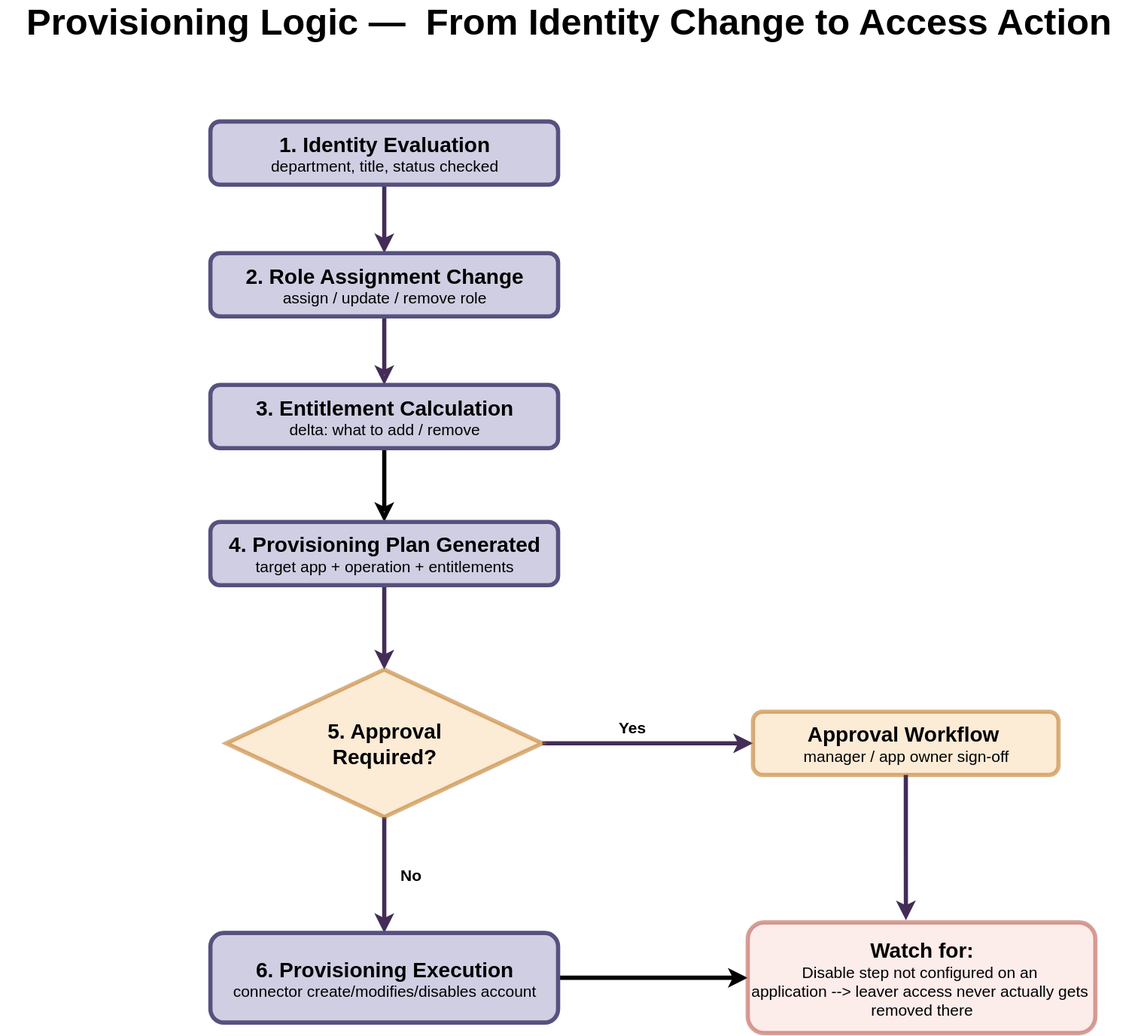
iamkhyat/SailPoint-IAM-Portfolio keeps this draw.io diagram as Diagram/provisioning-logic.svg. Above is the earlier version. Source tidied: cells renumbered, new cells last; positions are measured from the earlier drawing's top-left corner, leaving out a move shared by most shapes. Its diagram source:
```xml
<mxGraphModel>
  <root>
    <mxCell id="0" />
    <mxCell id="1" parent="0" />
    <mxCell id="2" style="edgeStyle=orthogonalEdgeStyle;rounded=0;jettySize=auto;html=1;labelBackgroundColor=none;fontColor=default;fillColor=#d0cee2;strokeColor=light-dark(#432D57,#CC99FF);strokeWidth=4;" parent="1" edge="1" source="3" target="5">
      <mxGeometry relative="1" as="geometry" />
    </mxCell>
    <mxCell id="3" value="&lt;b&gt;&lt;font style=&quot;font-size: 20px;&quot;&gt;1. Identity Evaluation&lt;/font&gt;&lt;/b&gt;&lt;div&gt;&lt;font style=&quot;font-size: 15px;&quot;&gt;department, title, status checked&lt;/font&gt;&lt;/div&gt;" style="rounded=1;whiteSpace=wrap;html=1;labelBackgroundColor=none;fillColor=#d0cee2;strokeColor=#56517e;strokeWidth=4;" parent="1" vertex="1">
      <mxGeometry x="200" y="110" width="330" height="60" as="geometry" />
    </mxCell>
    <mxCell id="4" style="edgeStyle=orthogonalEdgeStyle;rounded=0;jettySize=auto;html=1;endArrow=classic;endFill=0;strokeWidth=4;strokeColor=light-dark(#432D57,#CC99FF);" parent="1" edge="1" source="5" target="7">
      <mxGeometry relative="1" as="geometry" />
    </mxCell>
    <mxCell id="5" value="&lt;font style=&quot;font-size: 20px;&quot;&gt;&lt;b&gt;2. Role Assignment Change&lt;/b&gt;&lt;/font&gt;&lt;div&gt;&lt;font style=&quot;font-size: 15px;&quot;&gt;assign / update / remove role&lt;/font&gt;&lt;/div&gt;" style="rounded=1;whiteSpace=wrap;html=1;labelBackgroundColor=none;fillColor=#d0cee2;strokeColor=#56517e;strokeWidth=4;" parent="1" vertex="1">
      <mxGeometry x="200" y="235" width="330" height="60" as="geometry" />
    </mxCell>
    <mxCell id="6" style="edgeStyle=orthogonalEdgeStyle;rounded=0;jettySize=auto;html=1;endArrow=classic;endFill=0;strokeWidth=4;" parent="1" edge="1" source="7" target="9">
      <mxGeometry relative="1" as="geometry" />
    </mxCell>
    <mxCell id="7" value="&lt;b&gt;&lt;font style=&quot;font-size: 20px;&quot;&gt;3. Entitlement Calculation&lt;/font&gt;&lt;/b&gt;&lt;div&gt;&lt;font style=&quot;font-size: 15px;&quot;&gt;delta: what to add / remove&lt;/font&gt;&lt;/div&gt;" style="rounded=1;whiteSpace=wrap;html=1;labelBackgroundColor=none;fillColor=#d0cee2;strokeColor=#56517e;strokeWidth=4;" parent="1" vertex="1">
      <mxGeometry x="200" y="360" width="330" height="60" as="geometry" />
    </mxCell>
    <mxCell id="8" style="edgeStyle=orthogonalEdgeStyle;rounded=0;jettySize=auto;html=1;strokeWidth=4;strokeColor=light-dark(#432D57,#CC99FF);" parent="1" edge="1" source="9" target="12">
      <mxGeometry relative="1" as="geometry" />
    </mxCell>
    <mxCell id="9" value="&lt;b&gt;&lt;font style=&quot;font-size: 20px;&quot;&gt;4. Provisioning Plan Generated&lt;/font&gt;&lt;/b&gt;&lt;div&gt;&lt;font style=&quot;font-size: 15px;&quot;&gt;target app + operation + entitlements&lt;/font&gt;&lt;/div&gt;" style="rounded=1;whiteSpace=wrap;html=1;labelBackgroundColor=none;fillColor=#d0cee2;strokeColor=#56517e;strokeWidth=4;" parent="1" vertex="1">
      <mxGeometry x="200" y="490" width="330" height="60" as="geometry" />
    </mxCell>
    <mxCell id="10" style="edgeStyle=orthogonalEdgeStyle;rounded=0;jettySize=auto;html=1;exitX=1;exitY=0.5;exitDx=0;exitDy=0;entryX=0;entryY=0.5;entryDx=0;entryDy=0;strokeWidth=4;strokeColor=light-dark(#432D57,#CC99FF);" parent="1" edge="1" source="12" target="13">
      <mxGeometry relative="1" as="geometry" />
    </mxCell>
    <mxCell id="11" style="edgeStyle=orthogonalEdgeStyle;rounded=0;jettySize=auto;html=1;strokeColor=light-dark(#432D57,#CC99FF);strokeWidth=4;" parent="1" edge="1" source="12" target="15">
      <mxGeometry relative="1" as="geometry" />
    </mxCell>
    <mxCell id="12" value="&lt;div&gt;&lt;br&gt;&lt;/div&gt;&lt;div&gt;&lt;br&gt;&lt;/div&gt;&lt;div&gt;&lt;br&gt;&lt;/div&gt;&lt;div&gt;&lt;b style=&quot;background-color: transparent; color: light-dark(rgb(0, 0, 0), rgb(255, 255, 255));&quot;&gt;&lt;font style=&quot;font-size: 20px;&quot;&gt;5. Approval Required?&lt;/font&gt;&lt;/b&gt;&lt;/div&gt;" style="rhombus;whiteSpace=wrap;html=1;shapeInside=1;labelBackgroundColor=none;fillColor=#fad7ac;strokeColor=#b46504;strokeWidth=4;opacity=50;" parent="1" vertex="1">
      <mxGeometry x="215" y="630" width="300" height="140" as="geometry" />
    </mxCell>
    <mxCell id="13" value="&lt;b&gt;&lt;font style=&quot;font-size: 20px;&quot;&gt;Approval Workflow&amp;nbsp;&lt;/font&gt;&lt;/b&gt;&lt;div&gt;&lt;font style=&quot;font-size: 15px;&quot;&gt;manager / app owner sign-off&lt;/font&gt;&lt;/div&gt;" style="rounded=1;whiteSpace=wrap;html=1;labelBackgroundColor=none;fillColor=light-dark(#FAD7AC,#FFCC99);strokeColor=#b46504;strokeWidth=4;opacity=50;" parent="1" vertex="1">
      <mxGeometry x="715" y="670" width="290" height="60" as="geometry" />
    </mxCell>
    <mxCell id="14" style="edgeStyle=orthogonalEdgeStyle;rounded=0;jettySize=auto;html=1;strokeWidth=4;" parent="1" edge="1" source="15">
      <mxGeometry relative="1" as="geometry">
        <mxPoint x="710" y="922.5" as="targetPoint" />
      </mxGeometry>
    </mxCell>
    <mxCell id="15" value="&lt;font style=&quot;font-size: 20px;&quot;&gt;&lt;b&gt;6. Provisioning Execution&lt;/b&gt;&lt;/font&gt;&lt;div&gt;&lt;font style=&quot;font-size: 15px;&quot;&gt;connector create/modifies/disables account&lt;/font&gt;&lt;/div&gt;" style="rounded=1;whiteSpace=wrap;html=1;labelBackgroundColor=none;fillColor=#d0cee2;strokeColor=#56517e;strokeWidth=4;" parent="1" vertex="1">
      <mxGeometry x="200" y="880" width="330" height="85" as="geometry" />
    </mxCell>
    <mxCell id="16" value="&lt;b&gt;&lt;font style=&quot;font-size: 20px;&quot;&gt;Watch for:&lt;/font&gt;&lt;/b&gt;&lt;div&gt;&lt;font style=&quot;font-size: 15px;&quot;&gt;Disable step not configured on an&amp;nbsp;&lt;/font&gt;&lt;/div&gt;&lt;div&gt;&lt;font style=&quot;font-size: 15px;&quot;&gt;application --&amp;gt; leaver access never actually gets&amp;nbsp;&lt;/font&gt;&lt;/div&gt;&lt;div&gt;&lt;font style=&quot;font-size: 15px;&quot;&gt;removed there&lt;/font&gt;&lt;/div&gt;" style="rounded=1;whiteSpace=wrap;html=1;labelBackgroundColor=none;fillColor=#fad9d5;strokeColor=#ae4132;strokeWidth=4;opacity=50;" parent="1" vertex="1">
      <mxGeometry x="710" y="870" width="330" height="105" as="geometry" />
    </mxCell>
    <mxCell id="17" value="&lt;b&gt;&lt;font style=&quot;font-size: 35px;&quot;&gt;Provisioning Logic —&amp;nbsp; From Identity Change to Access Action&lt;/font&gt;&lt;/b&gt;" style="text;html=1;whiteSpace=wrap;strokeColor=none;fillColor=none;align=center;verticalAlign=middle;rounded=0;" parent="1" vertex="1">
      <mxGeometry width="1080" height="30" as="geometry" />
    </mxCell>
    <mxCell id="18" value="&lt;b&gt;&lt;font style=&quot;font-size: 15px;&quot;&gt;Yes&lt;/font&gt;&lt;/b&gt;" style="text;html=1;whiteSpace=wrap;strokeColor=none;fillColor=none;align=center;verticalAlign=middle;rounded=0;" parent="1" vertex="1">
      <mxGeometry x="570" y="670" width="60" height="30" as="geometry" />
    </mxCell>
    <mxCell id="19" value="&lt;b&gt;&lt;font style=&quot;font-size: 15px;&quot;&gt;No&lt;/font&gt;&lt;/b&gt;" style="text;html=1;whiteSpace=wrap;strokeColor=none;fillColor=none;align=center;verticalAlign=middle;rounded=0;" parent="1" vertex="1">
      <mxGeometry x="360" y="810" width="60" height="30" as="geometry" />
    </mxCell>
    <mxCell id="20" style="edgeStyle=orthogonalEdgeStyle;rounded=0;jettySize=auto;html=1;entryX=0.455;entryY=-0.019;entryDx=0;entryDy=0;entryPerimeter=0;strokeWidth=4;strokeColor=light-dark(#432D57,#CC99FF);" parent="1" edge="1" source="13" target="16">
      <mxGeometry relative="1" as="geometry" />
    </mxCell>
  </root>
</mxGraphModel>
```
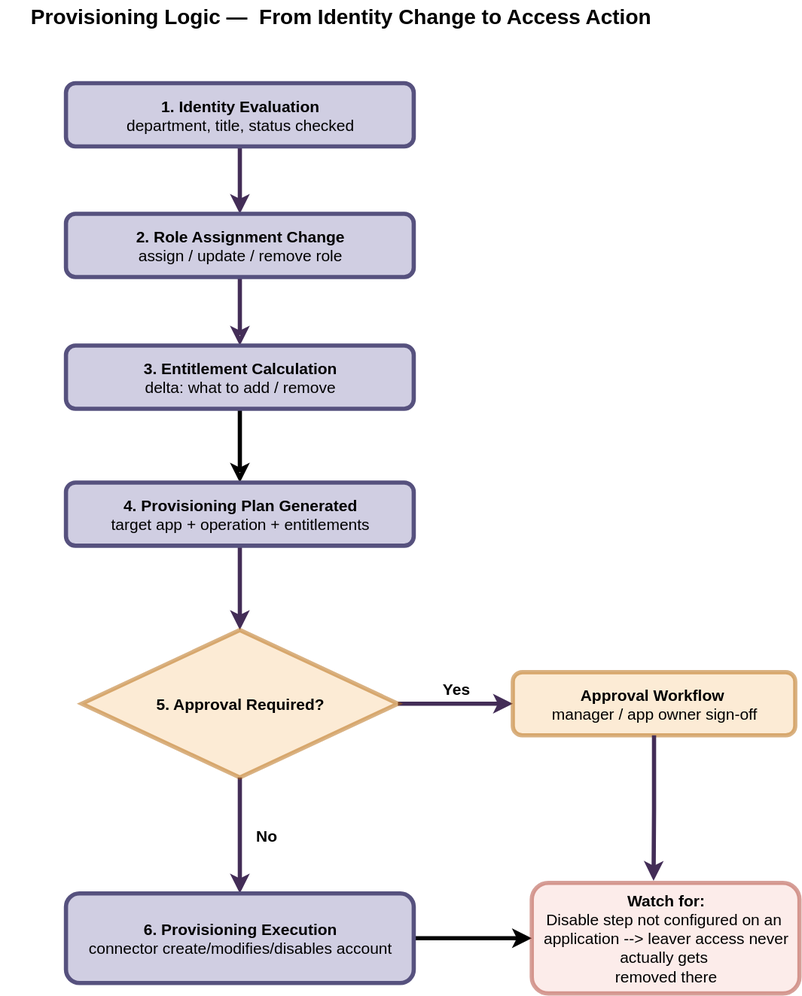
After the change.

Commit message:
Provisioning-logic diagram updated

Diff of the diagram source:
```diff
@@ -5,25 +5,25 @@
     <mxCell id="2" style="edgeStyle=orthogonalEdgeStyle;rounded=0;jettySize=auto;html=1;labelBackgroundColor=none;fontColor=default;fillColor=#d0cee2;strokeColor=light-dark(#432D57,#CC99FF);strokeWidth=4;" parent="1" edge="1" source="3" target="5">
       <mxGeometry relative="1" as="geometry" />
     </mxCell>
-    <mxCell id="3" value="&lt;b&gt;&lt;font style=&quot;font-size: 20px;&quot;&gt;1. Identity Evaluation&lt;/font&gt;&lt;/b&gt;&lt;div&gt;&lt;font style=&quot;font-size: 15px;&quot;&gt;department, title, status checked&lt;/font&gt;&lt;/div&gt;" style="rounded=1;whiteSpace=wrap;html=1;labelBackgroundColor=none;fillColor=#d0cee2;strokeColor=#56517e;strokeWidth=4;" parent="1" vertex="1">
-      <mxGeometry x="200" y="110" width="330" height="60" as="geometry" />
+    <mxCell id="3" value="&lt;b&gt;&lt;font style=&quot;font-size: 15px;&quot;&gt;1. Identity Evaluation&lt;/font&gt;&lt;/b&gt;&lt;div&gt;&lt;font style=&quot;font-size: 15px;&quot;&gt;department, title, status checked&lt;/font&gt;&lt;/div&gt;" style="rounded=1;whiteSpace=wrap;html=1;labelBackgroundColor=none;fillColor=#d0cee2;strokeColor=#56517e;strokeWidth=4;" parent="1" vertex="1">
+      <mxGeometry x="200" y="111" width="330" height="60" as="geometry" />
     </mxCell>
     <mxCell id="4" style="edgeStyle=orthogonalEdgeStyle;rounded=0;jettySize=auto;html=1;endArrow=classic;endFill=0;strokeWidth=4;strokeColor=light-dark(#432D57,#CC99FF);" parent="1" edge="1" source="5" target="7">
       <mxGeometry relative="1" as="geometry" />
     </mxCell>
-    <mxCell id="5" value="&lt;font style=&quot;font-size: 20px;&quot;&gt;&lt;b&gt;2. Role Assignment Change&lt;/b&gt;&lt;/font&gt;&lt;div&gt;&lt;font style=&quot;font-size: 15px;&quot;&gt;assign / update / remove role&lt;/font&gt;&lt;/div&gt;" style="rounded=1;whiteSpace=wrap;html=1;labelBackgroundColor=none;fillColor=#d0cee2;strokeColor=#56517e;strokeWidth=4;" parent="1" vertex="1">
+    <mxCell id="5" value="&lt;font style=&quot;font-size: 15px;&quot;&gt;&lt;b style=&quot;&quot;&gt;2. Role Assignment Change&lt;/b&gt;&lt;/font&gt;&lt;div&gt;&lt;font style=&quot;font-size: 15px;&quot;&gt;assign / update / remove role&lt;/font&gt;&lt;/div&gt;" style="rounded=1;whiteSpace=wrap;html=1;labelBackgroundColor=none;fillColor=#d0cee2;strokeColor=#56517e;strokeWidth=4;" parent="1" vertex="1">
       <mxGeometry x="200" y="235" width="330" height="60" as="geometry" />
     </mxCell>
     <mxCell id="6" style="edgeStyle=orthogonalEdgeStyle;rounded=0;jettySize=auto;html=1;endArrow=classic;endFill=0;strokeWidth=4;" parent="1" edge="1" source="7" target="9">
       <mxGeometry relative="1" as="geometry" />
     </mxCell>
-    <mxCell id="7" value="&lt;b&gt;&lt;font style=&quot;font-size: 20px;&quot;&gt;3. Entitlement Calculation&lt;/font&gt;&lt;/b&gt;&lt;div&gt;&lt;font style=&quot;font-size: 15px;&quot;&gt;delta: what to add / remove&lt;/font&gt;&lt;/div&gt;" style="rounded=1;whiteSpace=wrap;html=1;labelBackgroundColor=none;fillColor=#d0cee2;strokeColor=#56517e;strokeWidth=4;" parent="1" vertex="1">
+    <mxCell id="7" value="&lt;b&gt;&lt;font style=&quot;font-size: 15px;&quot;&gt;3. Entitlement Calculation&lt;/font&gt;&lt;/b&gt;&lt;div&gt;&lt;font style=&quot;font-size: 15px;&quot;&gt;delta: what to add / remove&lt;/font&gt;&lt;/div&gt;" style="rounded=1;whiteSpace=wrap;html=1;labelBackgroundColor=none;fillColor=#d0cee2;strokeColor=#56517e;strokeWidth=4;" parent="1" vertex="1">
       <mxGeometry x="200" y="360" width="330" height="60" as="geometry" />
     </mxCell>
     <mxCell id="8" style="edgeStyle=orthogonalEdgeStyle;rounded=0;jettySize=auto;html=1;strokeWidth=4;strokeColor=light-dark(#432D57,#CC99FF);" parent="1" edge="1" source="9" target="12">
       <mxGeometry relative="1" as="geometry" />
     </mxCell>
-    <mxCell id="9" value="&lt;b&gt;&lt;font style=&quot;font-size: 20px;&quot;&gt;4. Provisioning Plan Generated&lt;/font&gt;&lt;/b&gt;&lt;div&gt;&lt;font style=&quot;font-size: 15px;&quot;&gt;target app + operation + entitlements&lt;/font&gt;&lt;/div&gt;" style="rounded=1;whiteSpace=wrap;html=1;labelBackgroundColor=none;fillColor=#d0cee2;strokeColor=#56517e;strokeWidth=4;" parent="1" vertex="1">
+    <mxCell id="9" value="&lt;b&gt;&lt;font style=&quot;font-size: 15px;&quot;&gt;4. Provisioning Plan Generated&lt;/font&gt;&lt;/b&gt;&lt;div&gt;&lt;font style=&quot;font-size: 15px;&quot;&gt;target app + operation + entitlements&lt;/font&gt;&lt;/div&gt;" style="rounded=1;whiteSpace=wrap;html=1;labelBackgroundColor=none;fillColor=#d0cee2;strokeColor=#56517e;strokeWidth=4;" parent="1" vertex="1">
       <mxGeometry x="200" y="490" width="330" height="60" as="geometry" />
     </mxCell>
     <mxCell id="10" style="edgeStyle=orthogonalEdgeStyle;rounded=0;jettySize=auto;html=1;exitX=1;exitY=0.5;exitDx=0;exitDy=0;entryX=0;entryY=0.5;entryDx=0;entryDy=0;strokeWidth=4;strokeColor=light-dark(#432D57,#CC99FF);" parent="1" edge="1" source="12" target="13">
@@ -32,28 +32,26 @@
     <mxCell id="11" style="edgeStyle=orthogonalEdgeStyle;rounded=0;jettySize=auto;html=1;strokeColor=light-dark(#432D57,#CC99FF);strokeWidth=4;" parent="1" edge="1" source="12" target="15">
       <mxGeometry relative="1" as="geometry" />
     </mxCell>
-    <mxCell id="12" value="&lt;div&gt;&lt;br&gt;&lt;/div&gt;&lt;div&gt;&lt;br&gt;&lt;/div&gt;&lt;div&gt;&lt;br&gt;&lt;/div&gt;&lt;div&gt;&lt;b style=&quot;background-color: transparent; color: light-dark(rgb(0, 0, 0), rgb(255, 255, 255));&quot;&gt;&lt;font style=&quot;font-size: 20px;&quot;&gt;5. Approval Required?&lt;/font&gt;&lt;/b&gt;&lt;/div&gt;" style="rhombus;whiteSpace=wrap;html=1;shapeInside=1;labelBackgroundColor=none;fillColor=#fad7ac;strokeColor=#b46504;strokeWidth=4;opacity=50;" parent="1" vertex="1">
+    <mxCell id="12" value="&lt;b&gt;&lt;font style=&quot;font-size: 15px;&quot;&gt;5. Approval Required?&lt;/font&gt;&lt;/b&gt;" style="rhombus;whiteSpace=wrap;html=1;shapeInside=1;labelBackgroundColor=none;fillColor=#fad7ac;strokeColor=#b46504;strokeWidth=4;opacity=50;" parent="1" vertex="1">
       <mxGeometry x="215" y="630" width="300" height="140" as="geometry" />
     </mxCell>
-    <mxCell id="13" value="&lt;b&gt;&lt;font style=&quot;font-size: 20px;&quot;&gt;Approval Workflow&amp;nbsp;&lt;/font&gt;&lt;/b&gt;&lt;div&gt;&lt;font style=&quot;font-size: 15px;&quot;&gt;manager / app owner sign-off&lt;/font&gt;&lt;/div&gt;" style="rounded=1;whiteSpace=wrap;html=1;labelBackgroundColor=none;fillColor=light-dark(#FAD7AC,#FFCC99);strokeColor=#b46504;strokeWidth=4;opacity=50;" parent="1" vertex="1">
-      <mxGeometry x="715" y="670" width="290" height="60" as="geometry" />
+    <mxCell id="13" value="&lt;b&gt;&lt;font style=&quot;font-size: 15px;&quot;&gt;Approval Workflow&amp;nbsp;&lt;/font&gt;&lt;/b&gt;&lt;div&gt;&lt;font style=&quot;font-size: 15px;&quot;&gt;manager / app owner sign-off&lt;/font&gt;&lt;/div&gt;" style="rounded=1;whiteSpace=wrap;html=1;labelBackgroundColor=none;fillColor=light-dark(#FAD7AC,#FFCC99);strokeColor=#b46504;strokeWidth=4;opacity=50;" parent="1" vertex="1">
+      <mxGeometry x="624" y="670" width="268" height="60" as="geometry" />
     </mxCell>
-    <mxCell id="14" style="edgeStyle=orthogonalEdgeStyle;rounded=0;jettySize=auto;html=1;strokeWidth=4;" parent="1" edge="1" source="15">
-      <mxGeometry relative="1" as="geometry">
-        <mxPoint x="710" y="922.5" as="targetPoint" />
-      </mxGeometry>
+    <mxCell id="14" style="edgeStyle=orthogonalEdgeStyle;rounded=0;jettySize=auto;html=1;strokeWidth=4;entryX=0;entryY=0.5;entryDx=0;entryDy=0;" parent="1" edge="1" source="15" target="16">
+      <mxGeometry relative="1" as="geometry" />
     </mxCell>
-    <mxCell id="15" value="&lt;font style=&quot;font-size: 20px;&quot;&gt;&lt;b&gt;6. Provisioning Execution&lt;/b&gt;&lt;/font&gt;&lt;div&gt;&lt;font style=&quot;font-size: 15px;&quot;&gt;connector create/modifies/disables account&lt;/font&gt;&lt;/div&gt;" style="rounded=1;whiteSpace=wrap;html=1;labelBackgroundColor=none;fillColor=#d0cee2;strokeColor=#56517e;strokeWidth=4;" parent="1" vertex="1">
+    <mxCell id="15" value="&lt;font style=&quot;font-size: 15px;&quot;&gt;&lt;b style=&quot;&quot;&gt;6. Provisioning Execution&lt;/b&gt;&lt;/font&gt;&lt;div&gt;&lt;font style=&quot;font-size: 15px;&quot;&gt;connector create/modifies/disables account&lt;/font&gt;&lt;/div&gt;" style="rounded=1;whiteSpace=wrap;html=1;labelBackgroundColor=none;fillColor=#d0cee2;strokeColor=#56517e;strokeWidth=4;" parent="1" vertex="1">
       <mxGeometry x="200" y="880" width="330" height="85" as="geometry" />
     </mxCell>
-    <mxCell id="16" value="&lt;b&gt;&lt;font style=&quot;font-size: 20px;&quot;&gt;Watch for:&lt;/font&gt;&lt;/b&gt;&lt;div&gt;&lt;font style=&quot;font-size: 15px;&quot;&gt;Disable step not configured on an&amp;nbsp;&lt;/font&gt;&lt;/div&gt;&lt;div&gt;&lt;font style=&quot;font-size: 15px;&quot;&gt;application --&amp;gt; leaver access never actually gets&amp;nbsp;&lt;/font&gt;&lt;/div&gt;&lt;div&gt;&lt;font style=&quot;font-size: 15px;&quot;&gt;removed there&lt;/font&gt;&lt;/div&gt;" style="rounded=1;whiteSpace=wrap;html=1;labelBackgroundColor=none;fillColor=#fad9d5;strokeColor=#ae4132;strokeWidth=4;opacity=50;" parent="1" vertex="1">
-      <mxGeometry x="710" y="870" width="330" height="105" as="geometry" />
+    <mxCell id="16" value="&lt;b&gt;&lt;font style=&quot;font-size: 15px;&quot;&gt;Watch for:&lt;/font&gt;&lt;/b&gt;&lt;div&gt;&lt;font style=&quot;font-size: 15px;&quot;&gt;Disable step not configured on an&amp;nbsp;&lt;/font&gt;&lt;/div&gt;&lt;div&gt;&lt;font style=&quot;font-size: 15px;&quot;&gt;application --&amp;gt; leaver access never actually gets&amp;nbsp;&lt;/font&gt;&lt;/div&gt;&lt;div&gt;&lt;font style=&quot;font-size: 15px;&quot;&gt;removed there&lt;/font&gt;&lt;/div&gt;" style="rounded=1;whiteSpace=wrap;html=1;labelBackgroundColor=none;fillColor=#fad9d5;strokeColor=#ae4132;strokeWidth=4;opacity=50;" parent="1" vertex="1">
+      <mxGeometry x="642" y="870" width="254" height="105" as="geometry" />
     </mxCell>
-    <mxCell id="17" value="&lt;b&gt;&lt;font style=&quot;font-size: 35px;&quot;&gt;Provisioning Logic —&amp;nbsp; From Identity Change to Access Action&lt;/font&gt;&lt;/b&gt;" style="text;html=1;whiteSpace=wrap;strokeColor=none;fillColor=none;align=center;verticalAlign=middle;rounded=0;" parent="1" vertex="1">
-      <mxGeometry width="1080" height="30" as="geometry" />
+    <mxCell id="17" value="&lt;b&gt;&lt;font style=&quot;font-size: 20px;&quot;&gt;Provisioning Logic —&amp;nbsp; From Identity Change to Access Action&lt;/font&gt;&lt;/b&gt;" style="text;html=1;whiteSpace=wrap;strokeColor=none;fillColor=none;align=center;verticalAlign=middle;rounded=0;" parent="1" vertex="1">
+      <mxGeometry x="137" y="32" width="647" height="30" as="geometry" />
     </mxCell>
     <mxCell id="18" value="&lt;b&gt;&lt;font style=&quot;font-size: 15px;&quot;&gt;Yes&lt;/font&gt;&lt;/b&gt;" style="text;html=1;whiteSpace=wrap;strokeColor=none;fillColor=none;align=center;verticalAlign=middle;rounded=0;" parent="1" vertex="1">
-      <mxGeometry x="570" y="670" width="60" height="30" as="geometry" />
+      <mxGeometry x="540" y="670" width="60" height="30" as="geometry" />
     </mxCell>
     <mxCell id="19" value="&lt;b&gt;&lt;font style=&quot;font-size: 15px;&quot;&gt;No&lt;/font&gt;&lt;/b&gt;" style="text;html=1;whiteSpace=wrap;strokeColor=none;fillColor=none;align=center;verticalAlign=middle;rounded=0;" parent="1" vertex="1">
       <mxGeometry x="360" y="810" width="60" height="30" as="geometry" />
```
